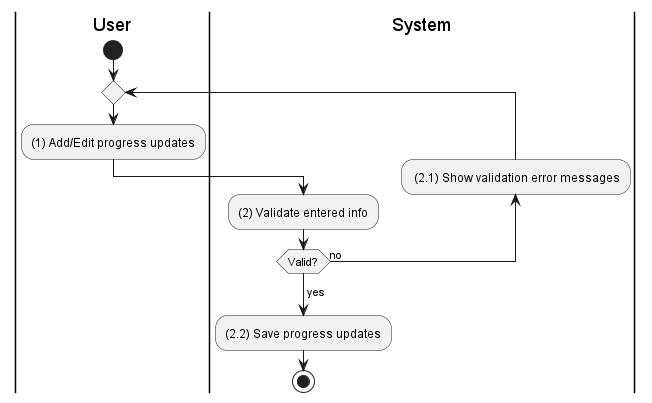
Above: activities/sales-order-update-progress.png in phihungha/scmss-reqs (PlantUML), before the change.
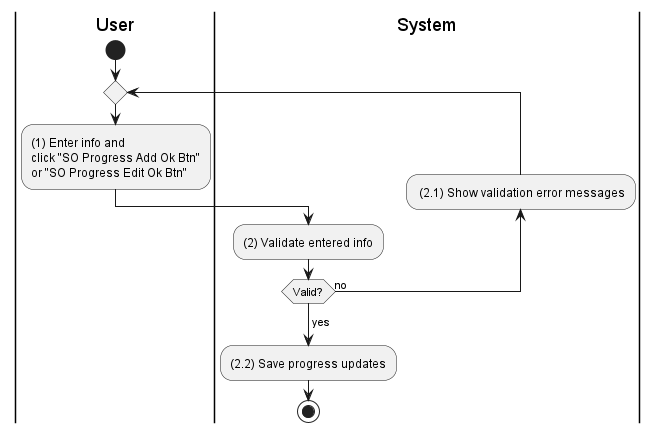
After the commit.

What changed in the source:
```diff
@@ -5,7 +5,7 @@
 |u|
 start
 repeat
-    :(1) Add/Edit progress updates;
+    :(1) Enter info and\nclick "SO Progress Add Ok Btn"\nor "SO Progress Edit Ok Btn";
     |s|
     :(2) Validate entered info;
     backward: (2.1) Show validation error messages;
```
